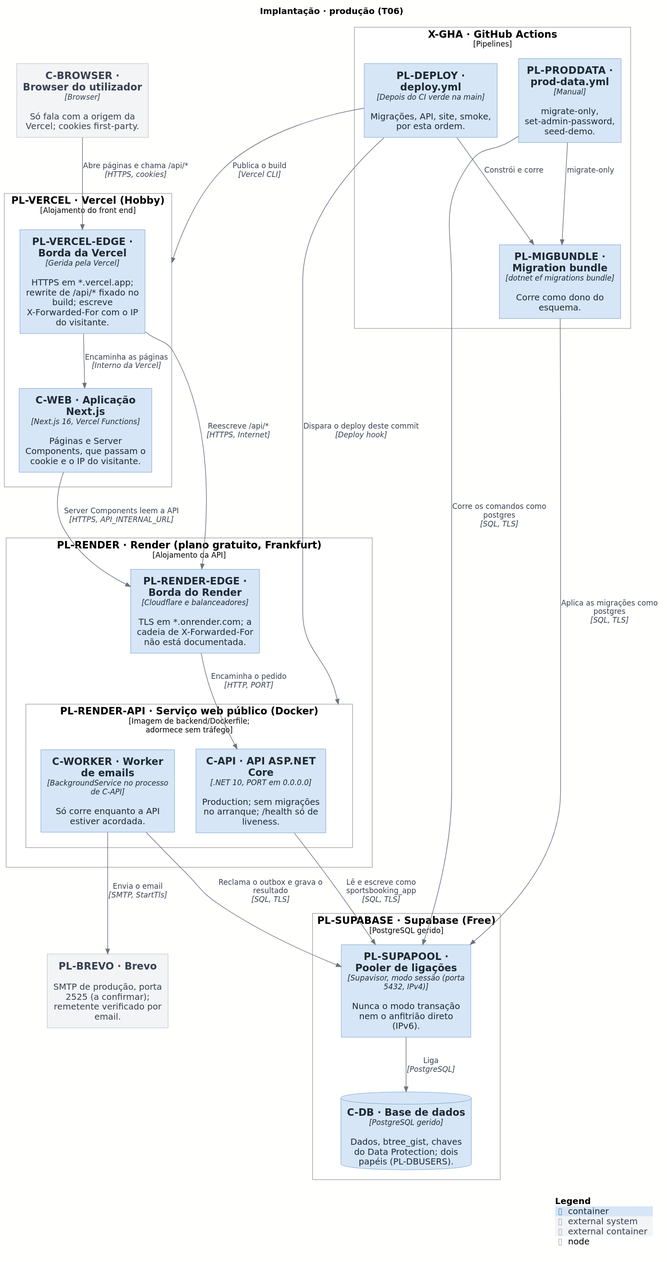
This is docs/architecture/out/04-deployment-prod.svg from rodrigo4sousa/SportsEstablishments, a PlantUML export, as it was before one commit.
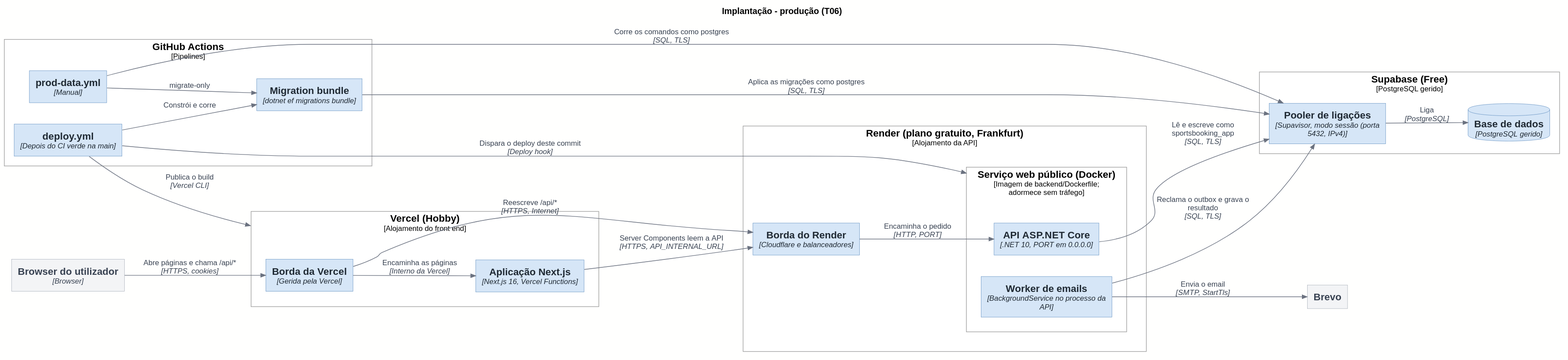
The same diagram one commit later.

Diff of the diagram source:
```diff
@@ -2,36 +2,36 @@
 !include <C4/C4_Deployment>
 !include ../style.puml
 
-title Implantação · produção (T06)
+title Implantação - produção (T06)
 
-LAYOUT_TOP_DOWN()
+LAYOUT_LEFT_RIGHT()
 
-Container_Ext(C_BROWSER, "C-BROWSER · Browser do utilizador", "Browser", "Só fala com a origem da Vercel; cookies first-party.")
+Container_Ext(C_BROWSER, "Browser do utilizador", "Browser")
 
-Deployment_Node(PL_VERCEL, "PL-VERCEL · Vercel (Hobby)", "Alojamento do front end") {
-  Container(PL_VERCEL_EDGE, "PL-VERCEL-EDGE · Borda da Vercel", "Gerida pela Vercel", "HTTPS em *.vercel.app; rewrite de /api/* fixado no build; escreve X-Forwarded-For com o IP do visitante.")
-  Container(C_WEB, "C-WEB · Aplicação Next.js", "Next.js 16, Vercel Functions", "Páginas e Server Components, que passam o cookie e o IP do visitante.")
+Deployment_Node(PL_VERCEL, "Vercel (Hobby)", "Alojamento do front end") {
+  Container(PL_VERCEL_EDGE, "Borda da Vercel", "Gerida pela Vercel")
+  Container(C_WEB, "Aplicação Next.js", "Next.js 16, Vercel Functions")
 }
 
-Deployment_Node(PL_RENDER, "PL-RENDER · Render (plano gratuito, Frankfurt)", "Alojamento da API") {
-  Container(PL_RENDER_EDGE, "PL-RENDER-EDGE · Borda do Render", "Cloudflare e balanceadores", "TLS em *.onrender.com; a cadeia de X-Forwarded-For não está documentada.")
-  Deployment_Node(PL_RENDER_API, "PL-RENDER-API · Serviço web público (Docker)", "Imagem de backend/Dockerfile; adormece sem tráfego") {
-    Container(C_API, "C-API · API ASP.NET Core", ".NET 10, PORT em 0.0.0.0", "Production; sem migrações no arranque; /health só de liveness.")
-    Container(C_WORKER, "C-WORKER · Worker de emails", "BackgroundService no processo de C-API", "Só corre enquanto a API estiver acordada.")
+Deployment_Node(PL_RENDER, "Render (plano gratuito, Frankfurt)", "Alojamento da API") {
+  Container(PL_RENDER_EDGE, "Borda do Render", "Cloudflare e balanceadores")
+  Deployment_Node(PL_RENDER_API, "Serviço web público (Docker)", "Imagem de backend/Dockerfile; adormece sem tráfego") {
+    Container(C_API, "API ASP.NET Core", ".NET 10, PORT em 0.0.0.0")
+    Container(C_WORKER, "Worker de emails", "BackgroundService no processo da API")
   }
 }
 
-Deployment_Node(PL_SUPABASE, "PL-SUPABASE · Supabase (Free)", "PostgreSQL gerido") {
-  Container(PL_SUPAPOOL, "PL-SUPAPOOL · Pooler de ligações", "Supavisor, modo sessão (porta 5432, IPv4)", "Nunca o modo transação nem o anfitrião direto (IPv6).")
-  ContainerDb(C_DB, "C-DB · Base de dados", "PostgreSQL gerido", "Dados, btree_gist, chaves do Data Protection; dois papéis (PL-DBUSERS).")
+Deployment_Node(PL_SUPABASE, "Supabase (Free)", "PostgreSQL gerido") {
+  Container(PL_SUPAPOOL, "Pooler de ligações", "Supavisor, modo sessão (porta 5432, IPv4)")
+  ContainerDb(C_DB, "Base de dados", "PostgreSQL gerido")
 }
 
-System_Ext(PL_BREVO, "PL-BREVO · Brevo", "SMTP de produção, porta 2525 (a confirmar); remetente verificado por email.")
+System_Ext(PL_BREVO, "Brevo")
 
-Deployment_Node(X_GHA, "X-GHA · GitHub Actions", "Pipelines") {
-  Container(PL_DEPLOY, "PL-DEPLOY · deploy.yml", "Depois do CI verde na main", "Migrações, API, site, smoke, por esta ordem.")
-  Container(PL_PRODDATA, "PL-PRODDATA · prod-data.yml", "Manual", "migrate-only, set-admin-password, seed-demo.")
-  Container(PL_MIGBUNDLE, "PL-MIGBUNDLE · Migration bundle", "dotnet ef migrations bundle", "Corre como dono do esquema.")
+Deployment_Node(X_GHA, "GitHub Actions", "Pipelines") {
+  Container(PL_DEPLOY, "deploy.yml", "Depois do CI verde na main")
+  Container(PL_PRODDATA, "prod-data.yml", "Manual")
+  Container(PL_MIGBUNDLE, "Migration bundle", "dotnet ef migrations bundle")
 }
 
 Rel(C_BROWSER, PL_VERCEL_EDGE, $plain("Abre páginas e chama /api/*"), "HTTPS, cookies")
@@ -49,6 +49,4 @@
 Rel(PL_PRODDATA, PL_SUPAPOOL, $plain("Corre os comandos como postgres"), "SQL, TLS")
 Rel(PL_DEPLOY, PL_RENDER_API, $plain("Dispara o deploy deste commit"), "Deploy hook")
 Rel(PL_DEPLOY, PL_VERCEL, $plain("Publica o build"), "Vercel CLI")
-
-SHOW_LEGEND()
 @enduml
```
